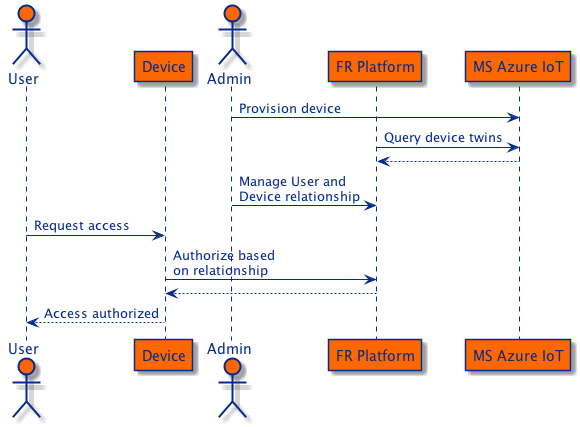
Earlier version of the PlantUML export examples/proof-of-concept/azure-iot/docs/device-management.png (ForgeRock/iot-edge).
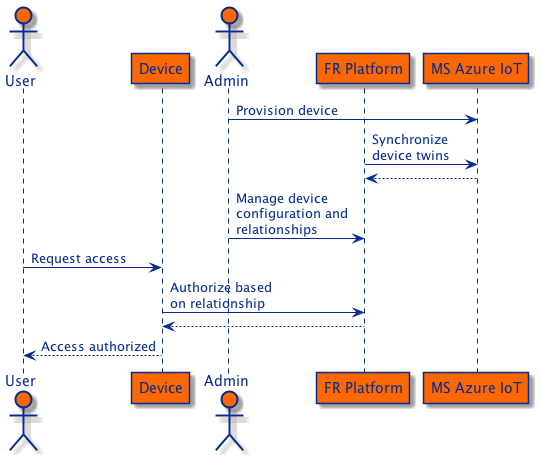
The same file after the commit.

The edit, as a diff of the source:
```diff
@@ -21,9 +21,9 @@
 participant "MS Azure IoT" as az
 
 ad -> az : Provision device
-fr -> az : Query device twins
+fr -> az : Synchronize\ndevice twins
 az --> fr
-ad -> fr : Manage User and \nDevice relationship
+ad -> fr : Manage device\nconfiguration and\nrelationships
 us -> dv : Request access
 dv -> fr : Authorize based \non relationship
 fr --> dv
```
